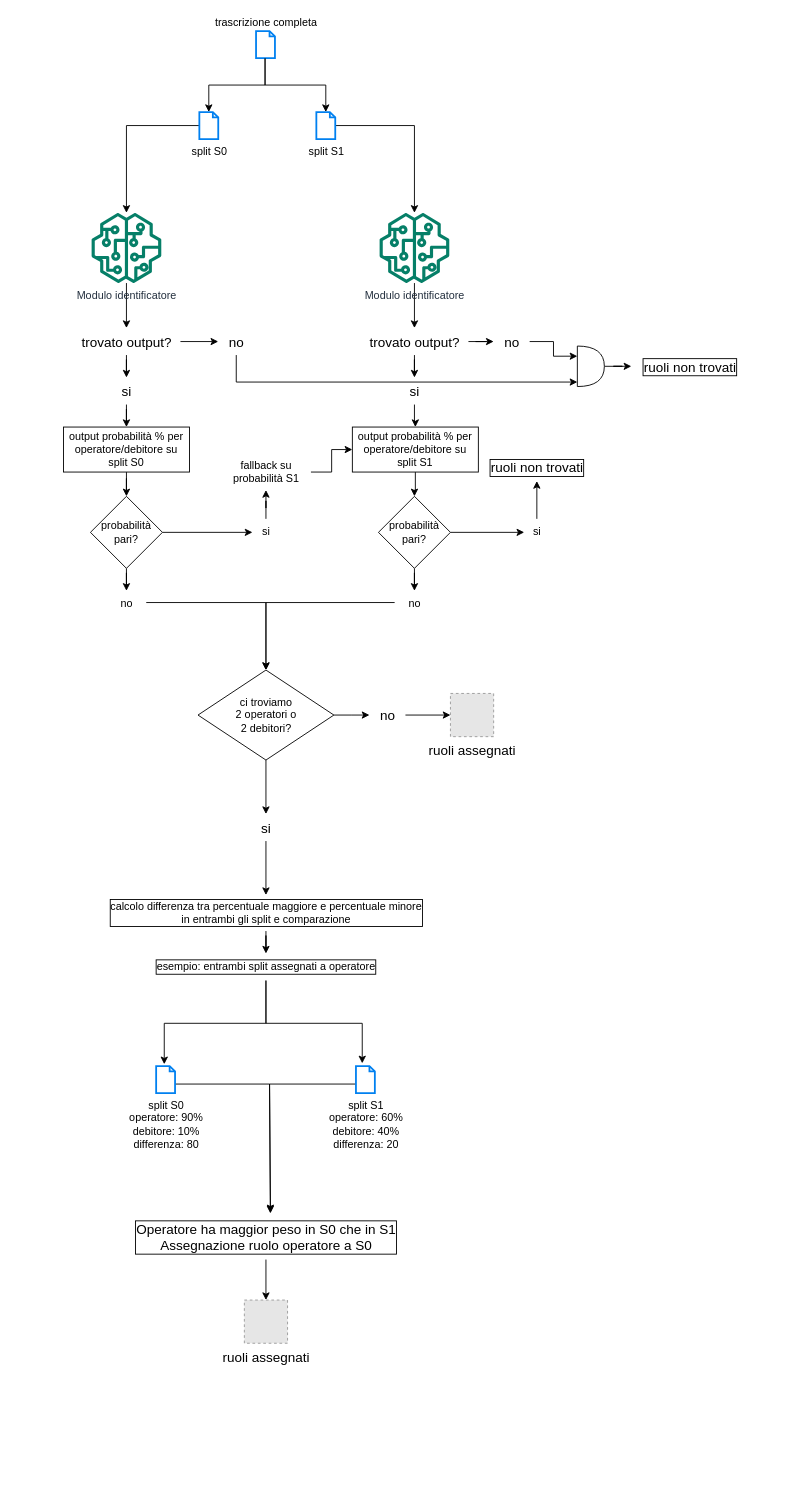
This is pipeline_stabilimento_ruolo_op_deb.drawio from c0pper/mirc0, a draw.io file, before an edit. Source tidied: cells renumbered, new cells numbered last; positions are measured from the earlier drawing's top-left corner, leaving out a move shared by most shapes. Both pictures are drawn from the tidied source at 90%, with x=0, y=0 at pixel (63, 31). Pictures stored in the file or linked from it are replaced by grey dashed boxes.
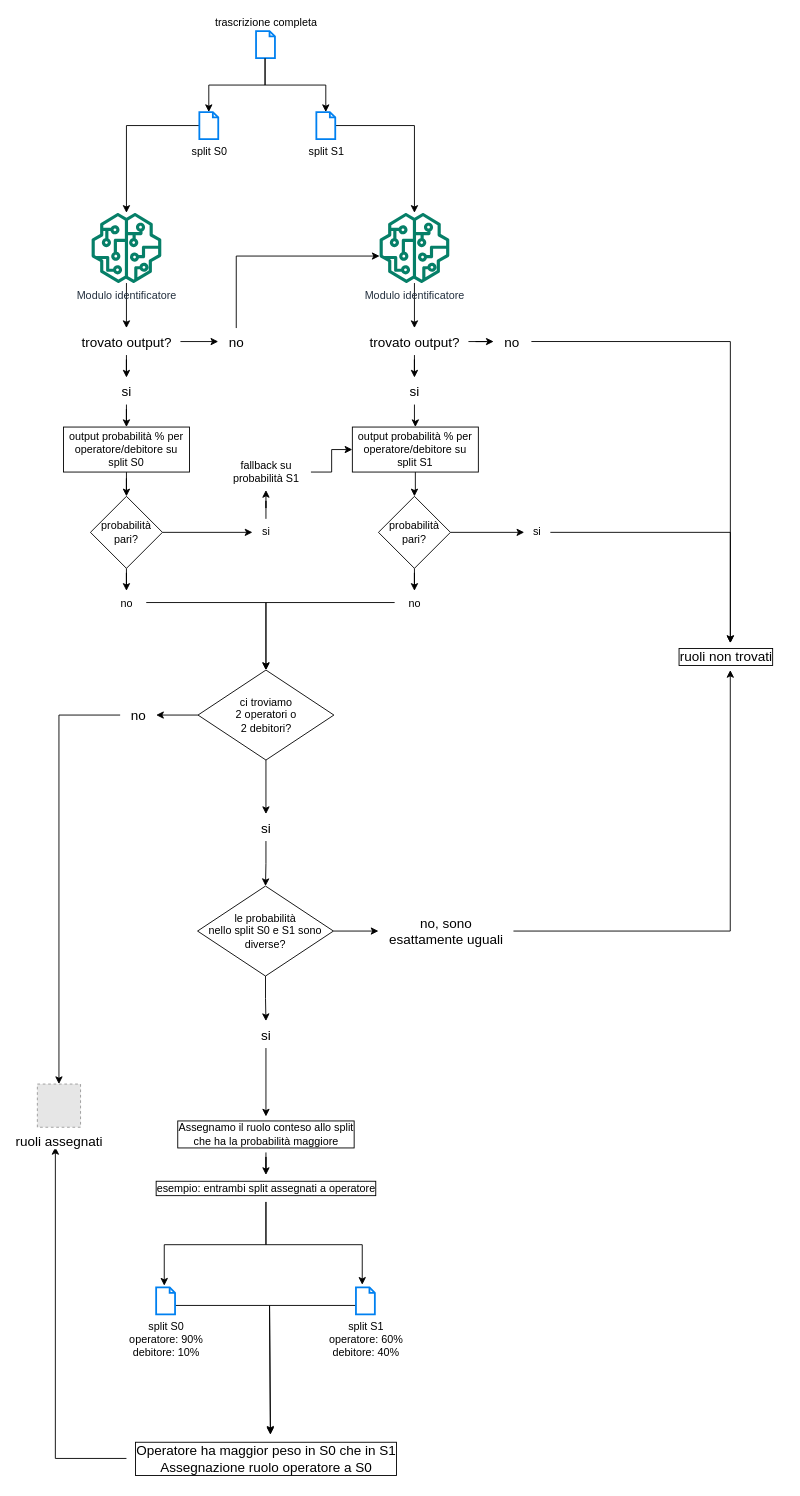
After the change.

Unchanged cells that the change refers to:
```xml
<mxCell id="12" value="Modulo identificatore" style="sketch=0;outlineConnect=0;fontColor=#232F3E;gradientColor=none;fillColor=#067F68;strokeColor=none;dashed=0;verticalLabelPosition=bottom;verticalAlign=top;align=center;html=1;fontSize=12;fontStyle=0;shape=mxgraph.aws4.sagemaker_model;" parent="1" vertex="1">
  <mxGeometry x="351" y="202" width="78" height="78" as="geometry" />
</mxCell>
<mxCell id="30" value="si" style="text;html=1;align=center;verticalAlign=middle;points=[];strokeColor=none;fillColor=none;" parent="1" vertex="1">
  <mxGeometry x="511" y="542" width="30" height="30" as="geometry" />
</mxCell>
<mxCell id="48" value="si" style="text;html=1;align=center;verticalAlign=middle;points=[];strokeColor=none;fillColor=none;fontSize=15;" parent="1" vertex="1">
  <mxGeometry x="210" y="870" width="30" height="30" as="geometry" />
</mxCell>
<mxCell id="57" value="no" style="text;html=1;align=center;verticalAlign=middle;points=[];strokeColor=none;fillColor=none;fontSize=15;" parent="1" vertex="1">
  <mxGeometry x="172" y="330" width="40" height="30" as="geometry" />
</mxCell>
<mxCell id="62" value="no" style="text;html=1;align=center;verticalAlign=middle;points=[];strokeColor=none;fillColor=none;fontSize=15;" parent="1" vertex="1">
  <mxGeometry x="478" y="330" width="40" height="30" as="geometry" />
</mxCell>
```

What changed in the source:
```diff
@@
-    <mxCell id="29" style="edgeStyle=orthogonalEdgeStyle;rounded=0;jettySize=auto;html=1;" parent="1" edge="1" source="30" target="70">
-      <mxGeometry relative="1" as="geometry" />
-    </mxCell>
+    <mxCell id="71" style="edgeStyle=orthogonalEdgeStyle;rounded=0;jettySize=auto;html=1;fontSize=15;" parent="1" edge="1" source="30" target="69">
+      <mxGeometry relative="1" as="geometry">
+        <Array as="points">
+          <mxPoint x="741" y="557" />
+        </Array>
+      </mxGeometry>
+    </mxCell>
@@
-    <mxCell id="37" value="calcolo differenza tra percentuale maggiore e percentuale minore &lt;br&gt;in entrambi gli split e comparazione" style="text;html=1;align=center;verticalAlign=middle;points=[];strokeColor=none;fillColor=none;labelBackgroundColor=default;labelBorderColor=default;" parent="1" vertex="1">
-      <mxGeometry x="40" y="960" width="370" height="40" as="geometry" />
+    <mxCell id="37" value="Assegnamo il ruolo conteso allo split &lt;br&gt;che ha la probabilità maggiore" style="text;html=1;align=center;verticalAlign=middle;points=[];strokeColor=none;fillColor=none;labelBackgroundColor=default;labelBorderColor=default;spacingTop=0;perimeterSpacing=0;" parent="1" vertex="1">
+      <mxGeometry x="115" y="1206" width="220" height="40" as="geometry" />
     </mxCell>
     <mxCell id="38" style="edgeStyle=orthogonalEdgeStyle;rounded=0;jettySize=auto;html=1;entryX=0.516;entryY=-0.025;entryDx=0;entryDy=0;entryPerimeter=0;" parent="1" edge="1" source="39" target="46">
       <mxGeometry relative="1" as="geometry">
         <Array as="points">
-          <mxPoint x="229" y="1170" />
+          <mxPoint x="229" y="1416" />
         </Array>
       </mxGeometry>
     </mxCell>
-    <mxCell id="39" value="split S0&lt;br&gt;operatore: 90%&lt;br&gt;debitore: 10%&lt;br&gt;differenza: 80" style="html=1;verticalLabelPosition=bottom;align=center;labelBackgroundColor=#ffffff;verticalAlign=top;strokeWidth=2;strokeColor=#0080F0;shadow=0;dashed=0;shape=mxgraph.ios7.icons.document;" parent="1" vertex="1">
-      <mxGeometry x="103" y="1150" width="21" height="30" as="geometry" />
+    <mxCell id="39" value="split S0&lt;br&gt;operatore: 90%&lt;br&gt;debitore: 10%" style="html=1;verticalLabelPosition=bottom;align=center;labelBackgroundColor=#ffffff;verticalAlign=top;strokeWidth=2;strokeColor=#0080F0;shadow=0;dashed=0;shape=mxgraph.ios7.icons.document;" parent="1" vertex="1">
+      <mxGeometry x="103" y="1396" width="21" height="30" as="geometry" />
     </mxCell>
     <mxCell id="40" style="edgeStyle=orthogonalEdgeStyle;rounded=0;jettySize=auto;html=1;entryX=0.516;entryY=-0.05;entryDx=0;entryDy=0;entryPerimeter=0;" parent="1" edge="1" source="41" target="46">
       <mxGeometry relative="1" as="geometry">
         <Array as="points">
-          <mxPoint x="229" y="1170" />
+          <mxPoint x="229" y="1416" />
         </Array>
       </mxGeometry>
     </mxCell>
-    <mxCell id="41" value="split S1&lt;br&gt;operatore: 60%&lt;br&gt;debitore: 40%&lt;br&gt;differenza: 20" style="html=1;verticalLabelPosition=bottom;align=center;labelBackgroundColor=#ffffff;verticalAlign=top;strokeWidth=2;strokeColor=#0080F0;shadow=0;dashed=0;shape=mxgraph.ios7.icons.document;" parent="1" vertex="1">
-      <mxGeometry x="325" y="1150" width="21" height="30" as="geometry" />
+    <mxCell id="41" value="split S1&lt;br&gt;operatore: 60%&lt;br&gt;debitore: 40%" style="html=1;verticalLabelPosition=bottom;align=center;labelBackgroundColor=#ffffff;verticalAlign=top;strokeWidth=2;strokeColor=#0080F0;shadow=0;dashed=0;shape=mxgraph.ios7.icons.document;" parent="1" vertex="1">
+      <mxGeometry x="325" y="1396" width="21" height="30" as="geometry" />
     </mxCell>
@@
     <mxCell id="44" value="esempio: entrambi split assegnati a operatore" style="text;html=1;align=center;verticalAlign=middle;points=[];strokeColor=none;fillColor=none;labelBorderColor=default;labelBackgroundColor=default;" parent="1" vertex="1">
-      <mxGeometry x="90" y="1025" width="270" height="30" as="geometry" />
+      <mxGeometry x="90" y="1271" width="270" height="30" as="geometry" />
     </mxCell>
-    <mxCell id="45" style="edgeStyle=orthogonalEdgeStyle;rounded=0;jettySize=auto;html=1;fontSize=15;" parent="1" edge="1" source="46" target="52">
-      <mxGeometry relative="1" as="geometry" />
-    </mxCell>
+    <mxCell id="72" style="edgeStyle=orthogonalEdgeStyle;rounded=0;jettySize=auto;html=1;entryX=0.417;entryY=1.458;entryDx=0;entryDy=0;entryPerimeter=0;fontSize=15;" parent="1" edge="1" source="46" target="49">
+      <mxGeometry relative="1" as="geometry" />
+    </mxCell>
     <mxCell id="46" value="Operatore ha maggior peso in S0 che in S1&lt;br style=&quot;font-size: 15px;&quot;&gt;Assegnazione ruolo operatore a S0" style="text;html=1;align=center;verticalAlign=middle;points=[];strokeColor=none;fillColor=none;labelBackgroundColor=default;labelBorderColor=default;spacing=2;fontSize=15;" parent="1" vertex="1">
-      <mxGeometry x="70" y="1315" width="310" height="50" as="geometry" />
+      <mxGeometry x="70" y="1561" width="310" height="50" as="geometry" />
     </mxCell>
-    <mxCell id="47" style="edgeStyle=orthogonalEdgeStyle;rounded=0;jettySize=auto;html=1;fontSize=15;" parent="1" edge="1" source="48" target="37">
-      <mxGeometry relative="1" as="geometry" />
-    </mxCell>
+    <mxCell id="73" style="edgeStyle=orthogonalEdgeStyle;rounded=0;jettySize=auto;html=1;fontSize=15;" parent="1" edge="1" source="48" target="77">
+      <mxGeometry relative="1" as="geometry" />
+    </mxCell>
@@
     <mxCell id="49" value="ruoli assegnati" style="fillColor=#E6E6E6;strokeColor=#999999;dashed=1;html=1;verticalAlign=top;verticalLabelPosition=bottom;labelBackgroundColor=#ffffff;fontSize=15;" parent="1" vertex="1">
-      <mxGeometry x="430" y="736" width="48" height="48" as="geometry" />
+      <mxGeometry x="-29" y="1170" width="48" height="48" as="geometry" />
     </mxCell>
@@
     <mxCell id="51" value="no" style="text;html=1;align=center;verticalAlign=middle;points=[];strokeColor=none;fillColor=none;fontSize=15;" parent="1" vertex="1">
-      <mxGeometry x="340" y="745" width="40" height="30" as="geometry" />
+      <mxGeometry x="63" y="745" width="40" height="30" as="geometry" />
     </mxCell>
-    <mxCell id="52" value="ruoli assegnati" style="fillColor=#E6E6E6;strokeColor=#999999;dashed=1;html=1;verticalAlign=top;verticalLabelPosition=bottom;labelBackgroundColor=#ffffff;fontSize=15;" parent="1" vertex="1">
-      <mxGeometry x="201" y="1410" width="48" height="48" as="geometry" />
-    </mxCell>
@@
-    <mxCell id="56" style="edgeStyle=orthogonalEdgeStyle;rounded=0;jettySize=auto;html=1;fontSize=15;" parent="1" edge="1" source="57" target="68">
-      <mxGeometry relative="1" as="geometry">
-        <Array as="points">
-          <mxPoint x="192" y="390" />
-        </Array>
-      </mxGeometry>
-    </mxCell>
+    <mxCell id="74" style="edgeStyle=orthogonalEdgeStyle;rounded=0;jettySize=auto;html=1;fontSize=15;" parent="1" edge="1" source="57" target="12">
+      <mxGeometry relative="1" as="geometry">
+        <Array as="points">
+          <mxPoint x="192" y="250" />
+        </Array>
+      </mxGeometry>
+    </mxCell>
@@
-    <mxCell id="61" style="edgeStyle=orthogonalEdgeStyle;rounded=0;jettySize=auto;html=1;entryX=0;entryY=0.25;entryDx=0;entryDy=0;entryPerimeter=0;fontSize=15;" parent="1" edge="1" source="62" target="68">
-      <mxGeometry relative="1" as="geometry" />
-    </mxCell>
@@
-    <mxCell id="67" style="edgeStyle=orthogonalEdgeStyle;rounded=0;jettySize=auto;html=1;fontSize=15;" parent="1" edge="1" source="68" target="69">
-      <mxGeometry relative="1" as="geometry" />
+    <mxCell id="67" style="edgeStyle=orthogonalEdgeStyle;rounded=0;jettySize=auto;html=1;fontSize=15;exitX=1.048;exitY=0.499;exitDx=0;exitDy=0;exitPerimeter=0;" parent="1" edge="1" source="62" target="69">
+      <mxGeometry relative="1" as="geometry">
+        <Array as="points">
+          <mxPoint x="741" y="345" />
+        </Array>
+      </mxGeometry>
     </mxCell>
-    <mxCell id="68" style="shape=or;whiteSpace=wrap;html=1;labelBackgroundColor=default;labelBorderColor=default;fontSize=15;" parent="1" vertex="1">
-      <mxGeometry x="571" y="350" width="30" height="45" as="geometry" />
-    </mxCell>
     <mxCell id="69" value="ruoli non trovati" style="text;html=1;align=center;verticalAlign=middle;points=[];strokeColor=none;fillColor=none;fontSize=15;labelBorderColor=default;" parent="1" vertex="1">
-      <mxGeometry x="631" y="357.5" width="130" height="30" as="geometry" />
+      <mxGeometry x="671" y="680" width="130" height="30" as="geometry" />
     </mxCell>
-    <mxCell id="70" value="ruoli non trovati" style="text;html=1;align=center;verticalAlign=middle;points=[];strokeColor=none;fillColor=none;fontSize=15;labelBorderColor=default;" parent="1" vertex="1">
-      <mxGeometry x="461" y="470" width="130" height="30" as="geometry" />
-    </mxCell>
+    <mxCell id="75" style="edgeStyle=orthogonalEdgeStyle;rounded=0;jettySize=auto;html=1;fontSize=15;" parent="1" edge="1" source="77" target="79">
+      <mxGeometry relative="1" as="geometry" />
+    </mxCell>
+    <mxCell id="76" style="edgeStyle=orthogonalEdgeStyle;rounded=0;jettySize=auto;html=1;fontSize=15;" parent="1" edge="1" source="77" target="81">
+      <mxGeometry relative="1" as="geometry" />
+    </mxCell>
+    <mxCell id="77" value="le probabilità &lt;br&gt;nello split S0 e S1 sono diverse?" style="rhombus;whiteSpace=wrap;html=1;" parent="1" vertex="1">
+      <mxGeometry x="149" y="950" width="151" height="100" as="geometry" />
+    </mxCell>
+    <mxCell id="78" style="edgeStyle=orthogonalEdgeStyle;rounded=0;jettySize=auto;html=1;entryX=0.538;entryY=1;entryDx=0;entryDy=0;entryPerimeter=0;fontSize=15;" parent="1" edge="1" source="79" target="69">
+      <mxGeometry relative="1" as="geometry" />
+    </mxCell>
+    <mxCell id="79" value="no, sono &lt;br&gt;esattamente uguali" style="text;html=1;align=center;verticalAlign=middle;points=[];strokeColor=none;fillColor=none;fontSize=15;" parent="1" vertex="1">
+      <mxGeometry x="350" y="975" width="150" height="50" as="geometry" />
+    </mxCell>
+    <mxCell id="80" style="edgeStyle=orthogonalEdgeStyle;rounded=0;jettySize=auto;html=1;fontSize=15;" parent="1" edge="1" source="81" target="37">
+      <mxGeometry relative="1" as="geometry" />
+    </mxCell>
+    <mxCell id="81" value="si" style="text;html=1;align=center;verticalAlign=middle;points=[];strokeColor=none;fillColor=none;fontSize=15;" parent="1" vertex="1">
+      <mxGeometry x="210" y="1100" width="30" height="30" as="geometry" />
+    </mxCell>
```
